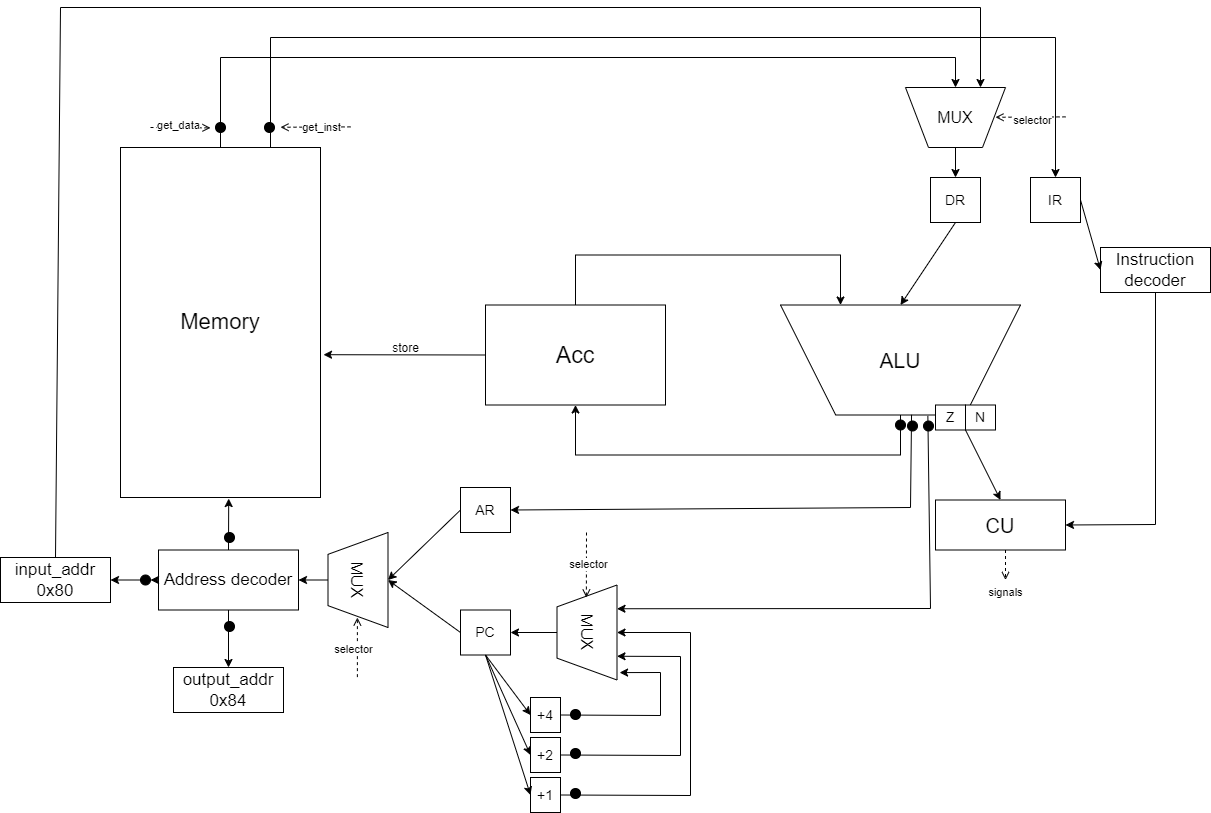
Before: csa/Acc.png, a diagram exported from draw.io (anasttass/itmo). Source tidied: cells renumbered, new cells last; positions are measured from the earlier drawing's top-left corner, leaving out a move shared by most shapes.
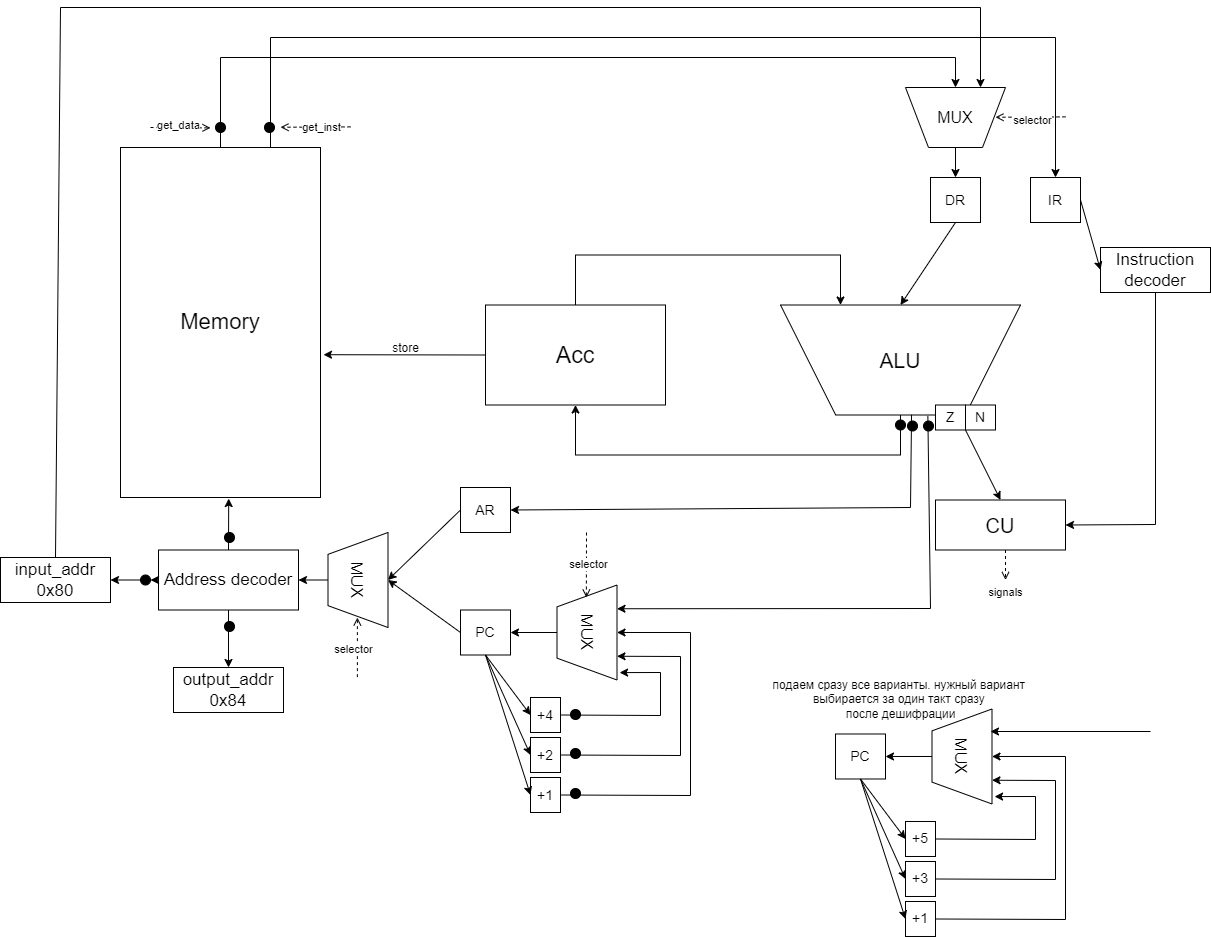
The same diagram one commit later.

Diff of the diagram source:
```diff
@@ -298,5 +298,65 @@
     <mxCell id="73" style="ellipse;shape=doubleEllipse;whiteSpace=wrap;html=1;strokeColor=#000000;fillColor=#000000;" parent="1" vertex="1">
       <mxGeometry x="224" y="614" width="10" height="10" as="geometry" />
     </mxCell>
+    <mxCell id="74" value="&lt;font style=&quot;font-size: 14px;&quot;&gt;PC&lt;/font&gt;" style="rounded=0;whiteSpace=wrap;html=1;" parent="1" vertex="1">
+      <mxGeometry x="835" y="726.5" width="50" height="45" as="geometry" />
+    </mxCell>
+    <mxCell id="75" value="&lt;font style=&quot;font-size: 16px;&quot;&gt;MUX&lt;/font&gt;" style="verticalLabelPosition=middle;verticalAlign=middle;html=1;shape=trapezoid;perimeter=trapezoidPerimeter;whiteSpace=wrap;size=0.23;arcSize=10;flipV=1;labelPosition=center;align=center;rotation=90;" parent="1" vertex="1">
+      <mxGeometry x="914" y="719" width="95" height="60" as="geometry" />
+    </mxCell>
+    <mxCell id="76" style="endArrow=classic;html=1;rounded=0;exitX=0.5;exitY=1;exitDx=0;exitDy=0;entryX=1;entryY=0.5;entryDx=0;entryDy=0;" parent="1" edge="1" source="75" target="74">
+      <mxGeometry relative="1" as="geometry" />
+    </mxCell>
+    <mxCell id="77" value="&lt;font style=&quot;font-size: 14px;&quot;&gt;+1&lt;/font&gt;" style="rounded=0;whiteSpace=wrap;html=1;" parent="1" vertex="1">
+      <mxGeometry x="905" y="894" width="30" height="35" as="geometry" />
+    </mxCell>
+    <mxCell id="78" value="&lt;span style=&quot;font-size: 14px;&quot;&gt;+3&lt;/span&gt;" style="rounded=0;whiteSpace=wrap;html=1;" parent="1" vertex="1">
+      <mxGeometry x="905" y="854" width="30" height="35" as="geometry" />
+    </mxCell>
+    <mxCell id="79" value="&lt;font style=&quot;font-size: 14px;&quot;&gt;+5&lt;/font&gt;" style="rounded=0;whiteSpace=wrap;html=1;" parent="1" vertex="1">
+      <mxGeometry x="905" y="814" width="30" height="35" as="geometry" />
+    </mxCell>
+    <mxCell id="80" style="endArrow=classic;html=1;rounded=0;exitX=0.5;exitY=1;exitDx=0;exitDy=0;entryX=0;entryY=0.5;entryDx=0;entryDy=0;" parent="1" edge="1" source="74" target="79">
+      <mxGeometry relative="1" as="geometry" />
+    </mxCell>
+    <mxCell id="81" style="endArrow=classic;html=1;rounded=0;exitX=0.5;exitY=1;exitDx=0;exitDy=0;entryX=0;entryY=0.5;entryDx=0;entryDy=0;" parent="1" edge="1" source="74" target="78">
+      <mxGeometry relative="1" as="geometry" />
+    </mxCell>
+    <mxCell id="82" style="endArrow=classic;html=1;rounded=0;exitX=0.5;exitY=1;exitDx=0;exitDy=0;entryX=0;entryY=0.5;entryDx=0;entryDy=0;" parent="1" edge="1" source="74" target="77">
+      <mxGeometry relative="1" as="geometry" />
+    </mxCell>
+    <mxCell id="83" style="endArrow=classic;html=1;rounded=0;exitX=1;exitY=0.5;exitDx=0;exitDy=0;entryX=0.5;entryY=0;entryDx=0;entryDy=0;" parent="1" edge="1" source="77" target="75">
+      <mxGeometry relative="1" as="geometry">
+        <Array as="points">
+          <mxPoint x="1065" y="912" />
+          <mxPoint x="1065" y="749" />
+        </Array>
+      </mxGeometry>
+    </mxCell>
+    <mxCell id="84" style="endArrow=classic;html=1;rounded=0;exitX=1;exitY=0.5;exitDx=0;exitDy=0;entryX=0.922;entryY=1.043;entryDx=0;entryDy=0;entryPerimeter=0;" parent="1" edge="1" source="79" target="75">
+      <mxGeometry relative="1" as="geometry">
+        <Array as="points">
+          <mxPoint x="1035" y="832" />
+          <mxPoint x="1035" y="789" />
+        </Array>
+      </mxGeometry>
+    </mxCell>
+    <mxCell id="85" style="endArrow=classic;html=1;rounded=0;exitX=1;exitY=0.5;exitDx=0;exitDy=0;entryX=0.75;entryY=0;entryDx=0;entryDy=0;" parent="1" edge="1" source="78" target="75">
+      <mxGeometry relative="1" as="geometry">
+        <Array as="points">
+          <mxPoint x="1055" y="872" />
+          <mxPoint x="1055" y="773" />
+        </Array>
+      </mxGeometry>
+    </mxCell>
+    <mxCell id="86" value="подаем сразу все варианты. нужный вариант&amp;nbsp;&lt;div&gt;выбирается за один такт сразу&amp;nbsp;&lt;/div&gt;&lt;div&gt;после дешифрации&lt;/div&gt;" style="text;html=1;align=center;verticalAlign=middle;strokeColor=none;fillColor=none;" parent="1" vertex="1">
+      <mxGeometry x="760" y="662" width="280" height="60" as="geometry" />
+    </mxCell>
+    <mxCell id="87" style="endArrow=classic;html=1;rounded=0;entryX=0.25;entryY=0;entryDx=0;entryDy=0;" parent="1" edge="1">
+      <mxGeometry relative="1" as="geometry">
+        <mxPoint x="1150" y="724" as="sourcePoint" />
+        <mxPoint x="990" y="724" as="targetPoint" />
+      </mxGeometry>
+    </mxCell>
   </root>
 </mxGraphModel>
```
